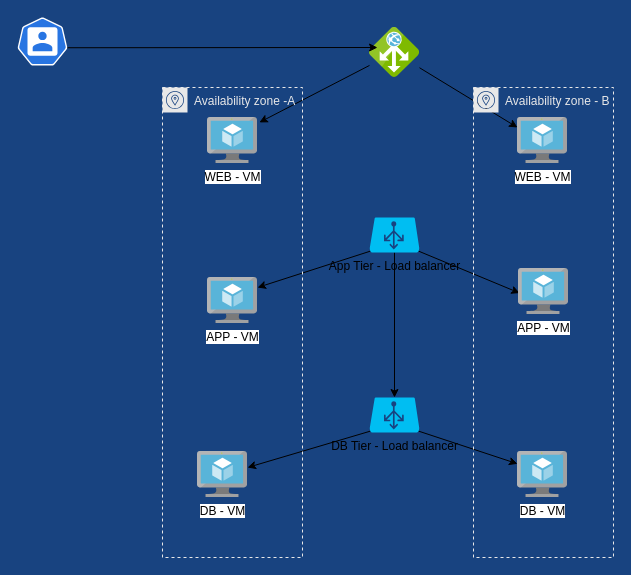
The draw.io diagram week2/Azure_3Tier_Arc.drawio in kiddycody/10weeksofcloudops, before the edit. Source tidied: cells renumbered, new cells numbered last; positions are measured from the earlier drawing's top-left corner, leaving out a move shared by most shapes. Both pictures are drawn from the tidied source at 100%, with x=0, y=0 at pixel (17, 17).
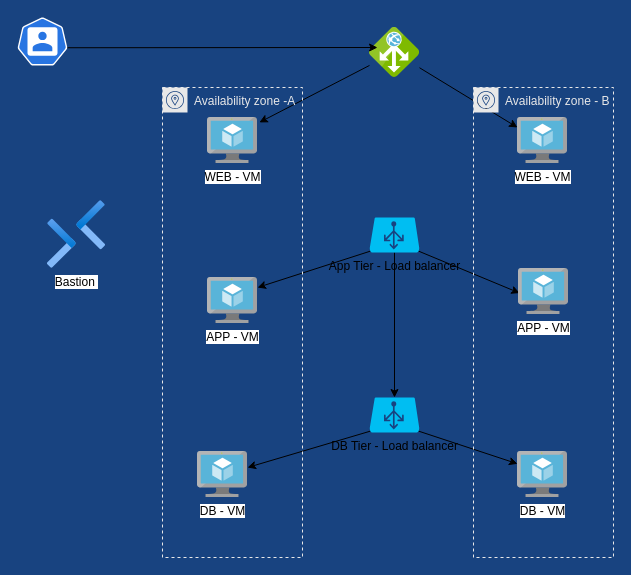
The same page after the edit.

The edit, as a diff of the source:
```diff
@@
+    <mxCell id="22" value="Bastion&amp;nbsp;&lt;br&gt;" style="image;html=1;align=center;fontSize=12;image=img/lib/azure2/networking/Bastions.svg;" parent="1" vertex="1">
+      <mxGeometry x="30" y="183" width="58" height="68" as="geometry" />
+    </mxCell>
```
